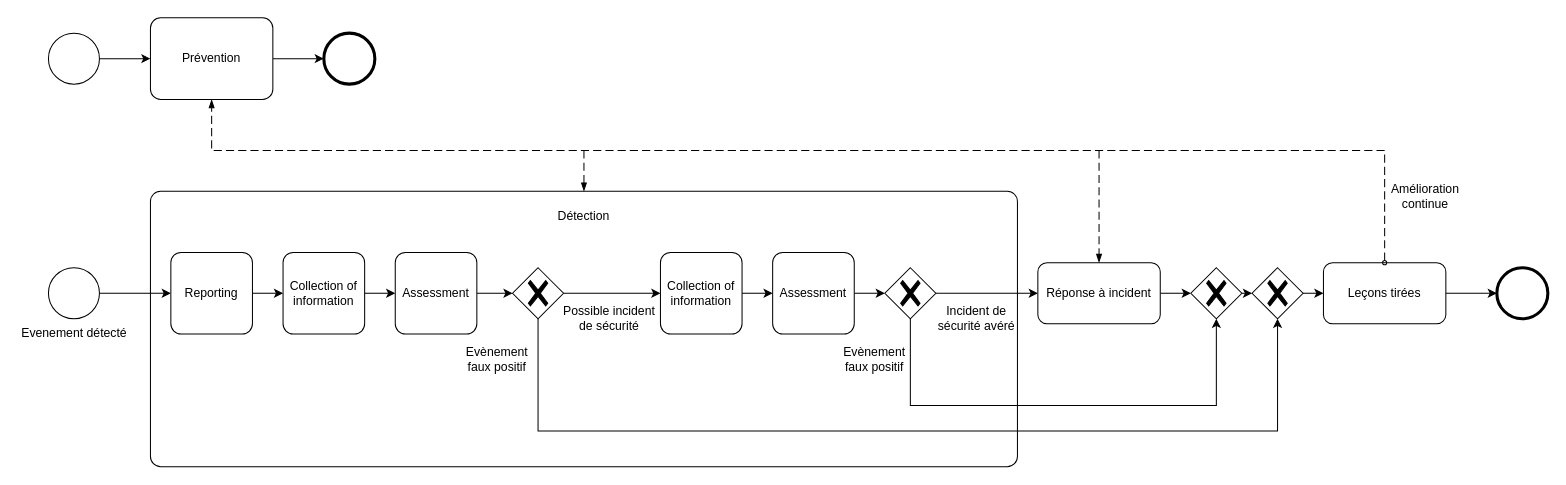
Earlier version of the draw.io diagram ISO.drawio (netmme/cyber-diagramme-d-activites). Source tidied: cells renumbered, new cells numbered last; positions are measured from the earlier drawing's top-left corner, leaving out a move shared by most shapes. Both pictures are drawn from the tidied source at 102%, with x=0, y=0 at pixel (48, 17).
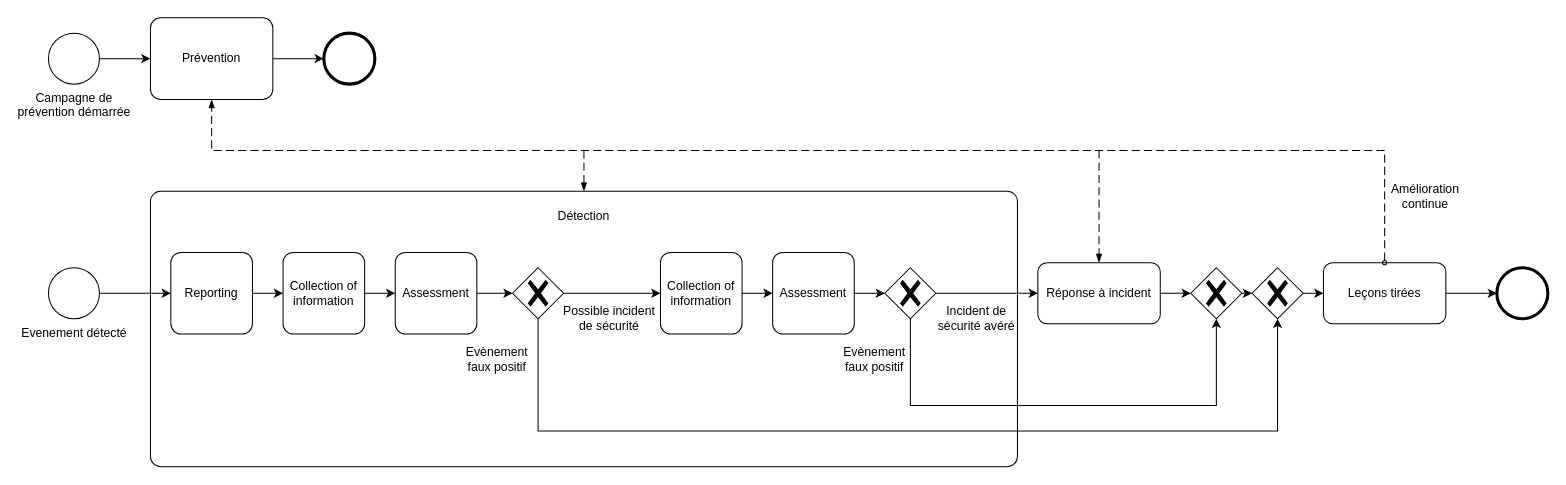
After the change.

Commit message:
ajout label

Diff of the diagram source:
```diff
@@
-    <mxCell id="41" style="points=[[0.145,0.145,0],[0.5,0,0],[0.855,0.145,0],[1,0.5,0],[0.855,0.855,0],[0.5,1,0],[0.145,0.855,0],[0,0.5,0]];shape=mxgraph.bpmn.event;html=1;verticalLabelPosition=bottom;labelBackgroundColor=#ffffff;verticalAlign=top;align=center;perimeter=ellipsePerimeter;outlineConnect=0;outline=standard;symbol=general;" parent="1" vertex="1">
+    <mxCell id="41" value="Campagne de&lt;br&gt;prévention démarrée" style="points=[[0.145,0.145,0],[0.5,0,0],[0.855,0.145,0],[1,0.5,0],[0.855,0.855,0],[0.5,1,0],[0.145,0.855,0],[0,0.5,0]];shape=mxgraph.bpmn.event;html=1;verticalLabelPosition=bottom;labelBackgroundColor=#ffffff;verticalAlign=top;align=center;perimeter=ellipsePerimeter;outlineConnect=0;outline=standard;symbol=general;" parent="1" vertex="1">
       <mxGeometry y="15" width="50" height="50" as="geometry" />
     </mxCell>
```
